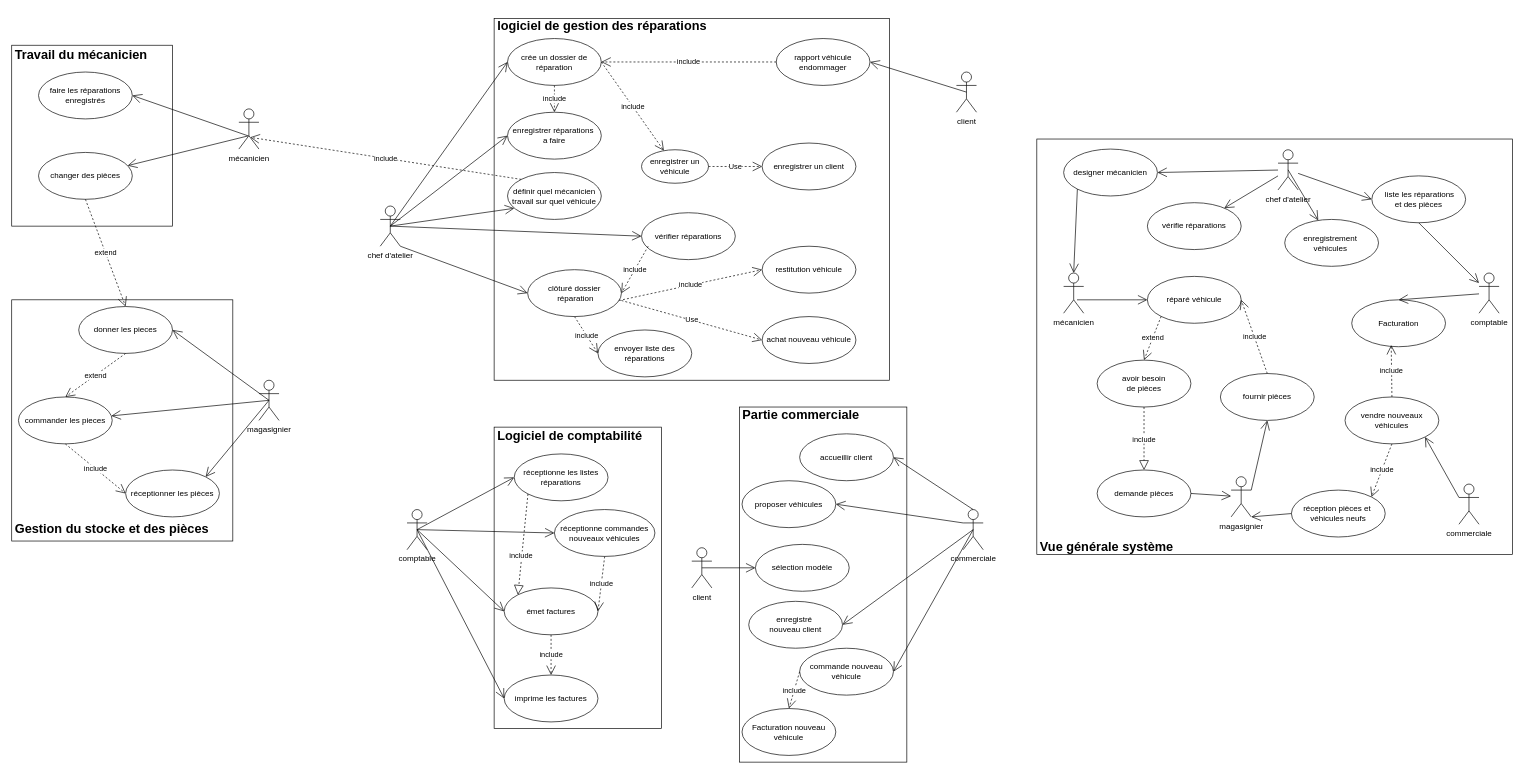
Earlier version of the draw.io diagram exo_UML/exo auto.drawio (SquizzzGeekCat/IBM_Academy). Source tidied: cells renumbered, new cells numbered last; positions are measured from the earlier drawing's top-left corner, leaving out a move shared by most shapes. Both pictures are drawn from the tidied source at 67%, with x=0, y=0 at pixel (11, 11).
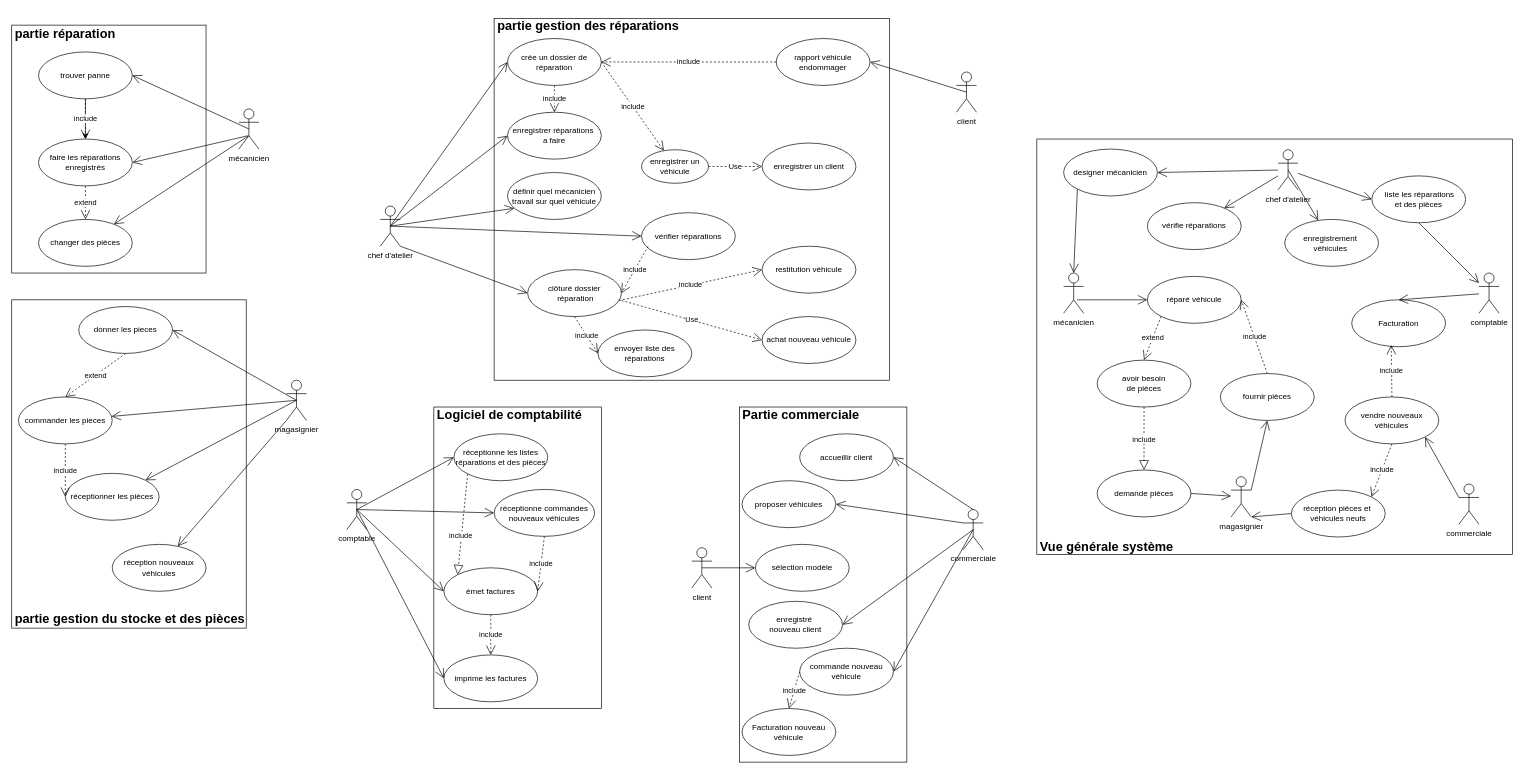
The same diagram, later.

Commit message:
Mettre à jour exo auto.drawio

Unchanged cells that the change refers to:
```xml
<mxCell id="8" value="définir quel mécanicien travail sur quel véhicule" style="ellipse;whiteSpace=wrap;html=1;" parent="1" vertex="1">
  <mxGeometry x="740" y="240" width="140" height="70" as="geometry" />
</mxCell>
<mxCell id="12" value="mécanicien" style="shape=umlActor;verticalLabelPosition=bottom;verticalAlign=top;html=1;" parent="1" vertex="1">
  <mxGeometry x="339" y="145" width="30" height="60" as="geometry" />
</mxCell>
<mxCell id="17" value="donner les pieces" style="ellipse;whiteSpace=wrap;html=1;" parent="1" vertex="1">
  <mxGeometry x="100" y="440" width="140" height="70" as="geometry" />
</mxCell>
```

What changed in the source:
```diff
@@
     <mxCell id="3" value="comptable" style="shape=umlActor;verticalLabelPosition=bottom;verticalAlign=top;html=1;outlineConnect=0;" parent="1" vertex="1">
-      <mxGeometry x="590" y="743" width="30" height="60" as="geometry" />
+      <mxGeometry x="500" y="713" width="30" height="60" as="geometry" />
     </mxCell>
@@
     <mxCell id="5" value="magasignier" style="shape=umlActor;verticalLabelPosition=bottom;verticalAlign=top;html=1;outlineConnect=0;" parent="1" vertex="1">
-      <mxGeometry x="369" y="550" width="30" height="60" as="geometry" />
+      <mxGeometry x="410" y="550" width="30" height="60" as="geometry" />
     </mxCell>
@@
     <mxCell id="13" style="html=1;whiteSpace=wrap;" parent="1" vertex="1">
-      <mxGeometry y="50" width="240" height="270" as="geometry" />
+      <mxGeometry y="20" width="290" height="370" as="geometry" />
     </mxCell>
     <mxCell id="14" value="faire les réparations&lt;div&gt;enregistrés&lt;/div&gt;" style="ellipse;whiteSpace=wrap;html=1;" parent="1" vertex="1">
-      <mxGeometry x="40" y="90" width="140" height="70" as="geometry" />
+      <mxGeometry x="40" y="190" width="140" height="70" as="geometry" />
     </mxCell>
     <mxCell id="15" value="changer des pièces" style="ellipse;whiteSpace=wrap;html=1;" parent="1" vertex="1">
-      <mxGeometry x="40" y="210" width="140" height="70" as="geometry" />
+      <mxGeometry x="40" y="310" width="140" height="70" as="geometry" />
     </mxCell>
     <mxCell id="16" style="html=1;whiteSpace=wrap;" parent="1" vertex="1">
-      <mxGeometry y="430" width="330" height="360" as="geometry" />
+      <mxGeometry y="430" width="350" height="490" as="geometry" />
     </mxCell>
@@
     <mxCell id="19" value="réceptionner les pièces" style="ellipse;whiteSpace=wrap;html=1;" parent="1" vertex="1">
-      <mxGeometry x="170" y="684" width="140" height="70" as="geometry" />
+      <mxGeometry x="80" y="689" width="140" height="70" as="geometry" />
     </mxCell>
@@
     <mxCell id="21" style="html=1;whiteSpace=wrap;" parent="1" vertex="1">
-      <mxGeometry x="720" y="620" width="250" height="450" as="geometry" />
+      <mxGeometry x="630" y="590" width="250" height="450" as="geometry" />
     </mxCell>
-    <mxCell id="22" value="réceptionne les listes réparations" style="ellipse;whiteSpace=wrap;html=1;" parent="1" vertex="1">
-      <mxGeometry x="750" y="660" width="140" height="70" as="geometry" />
+    <mxCell id="22" value="réceptionne les listes réparations et des pièces" style="ellipse;whiteSpace=wrap;html=1;" parent="1" vertex="1">
+      <mxGeometry x="660" y="630" width="140" height="70" as="geometry" />
     </mxCell>
     <mxCell id="23" value="émet factures" style="ellipse;whiteSpace=wrap;html=1;" parent="1" vertex="1">
-      <mxGeometry x="735" y="860" width="140" height="70" as="geometry" />
+      <mxGeometry x="645" y="830" width="140" height="70" as="geometry" />
     </mxCell>
     <mxCell id="24" value="imprime les factures" style="ellipse;whiteSpace=wrap;html=1;" parent="1" vertex="1">
-      <mxGeometry x="735" y="990" width="140" height="70" as="geometry" />
+      <mxGeometry x="645" y="960" width="140" height="70" as="geometry" />
     </mxCell>
-    <mxCell id="25" value="logiciel de gestion des réparations" style="text;align=left;fontStyle=1;verticalAlign=middle;spacingLeft=3;spacingRight=3;strokeColor=none;fontSize=19;" parent="1" vertex="1">
+    <mxCell id="25" value="partie gestion des réparations" style="text;align=left;fontStyle=1;verticalAlign=middle;spacingLeft=3;spacingRight=3;strokeColor=none;fontSize=19;" parent="1" vertex="1">
       <mxGeometry x="720" width="456" height="40" as="geometry" />
     </mxCell>
     <mxCell id="26" value="&lt;font style=&quot;font-size: 19px;&quot;&gt;Logiciel de comptabilité&lt;/font&gt;" style="text;align=left;fontStyle=1;verticalAlign=middle;spacingLeft=3;spacingRight=3;strokeColor=none;html=1;" parent="1" vertex="1">
-      <mxGeometry x="720" y="620" width="80" height="26" as="geometry" />
+      <mxGeometry x="630" y="590" width="80" height="26" as="geometry" />
     </mxCell>
-    <mxCell id="27" value="&lt;font style=&quot;font-size: 19px;&quot;&gt;Gestion du stocke et des pièces&lt;/font&gt;" style="text;align=left;fontStyle=1;verticalAlign=middle;spacingLeft=3;spacingRight=3;strokeColor=none;html=1;" parent="1" vertex="1">
-      <mxGeometry y="760" width="80" height="26" as="geometry" />
+    <mxCell id="27" value="&lt;font style=&quot;font-size: 19px;&quot;&gt;partie gestion du stocke et des pièces&lt;/font&gt;" style="text;align=left;fontStyle=1;verticalAlign=middle;spacingLeft=3;spacingRight=3;strokeColor=none;html=1;" parent="1" vertex="1">
+      <mxGeometry y="894" width="80" height="26" as="geometry" />
     </mxCell>
-    <mxCell id="28" value="&lt;font style=&quot;font-size: 19px;&quot;&gt;Travail du mécanicien&amp;nbsp;&lt;/font&gt;" style="text;align=left;fontStyle=1;verticalAlign=middle;spacingLeft=3;spacingRight=3;strokeColor=none;html=1;" parent="1" vertex="1">
-      <mxGeometry y="52" width="80" height="26" as="geometry" />
+    <mxCell id="28" value="&lt;font style=&quot;font-size: 19px;&quot;&gt;partie réparation&lt;/font&gt;" style="text;align=left;fontStyle=1;verticalAlign=middle;spacingLeft=3;spacingRight=3;strokeColor=none;html=1;" parent="1" vertex="1">
+      <mxGeometry y="20" width="80" height="26" as="geometry" />
     </mxCell>
@@
-    <mxCell id="38" value="extend" style="endArrow=open;endSize=12;dashed=1;html=1;rounded=0;entryX=0.5;entryY=0;entryDx=0;entryDy=0;exitX=0.5;exitY=1;exitDx=0;exitDy=0;" parent="1" edge="1" source="15" target="17">
+    <mxCell id="38" value="extend" style="endArrow=open;endSize=12;dashed=1;html=1;rounded=0;entryX=0.5;entryY=0;entryDx=0;entryDy=0;exitX=0.5;exitY=1;exitDx=0;exitDy=0;" parent="1" edge="1" source="14" target="15">
       <mxGeometry relative="1" as="geometry" />
     </mxCell>
@@
-    <mxCell id="41" value="include" style="endArrow=open;endSize=12;dashed=1;html=1;rounded=0;entryX=0.565;entryY=0.708;entryDx=0;entryDy=0;entryPerimeter=0;exitX=0;exitY=0;exitDx=0;exitDy=0;" parent="1" edge="1" source="8" target="12">
-      <mxGeometry relative="1" as="geometry" />
-    </mxCell>
@@
     <mxCell id="90" value="réceptionne commandes&lt;div&gt;nouveaux véhicules&lt;/div&gt;" style="ellipse;whiteSpace=wrap;html=1;" parent="1" vertex="1">
-      <mxGeometry x="810" y="743" width="150" height="70" as="geometry" />
+      <mxGeometry x="720" y="713" width="150" height="70" as="geometry" />
     </mxCell>
@@
+    <mxCell id="118" value="réception nouveaux véhicules" style="ellipse;whiteSpace=wrap;html=1;" parent="1" vertex="1">
+      <mxGeometry x="150" y="795" width="140" height="70" as="geometry" />
+    </mxCell>
+    <mxCell id="119" style="endArrow=open;endFill=1;endSize=12;html=1;rounded=0;exitX=0;exitY=1;exitDx=0;exitDy=0;exitPerimeter=0;" parent="1" edge="1" source="5" target="118">
+      <mxGeometry relative="1" as="geometry" />
+    </mxCell>
+    <mxCell id="120" style="edgeStyle=orthogonalEdgeStyle;rounded=0;jettySize=auto;html=1;" parent="1" edge="1" source="121" target="14">
+      <mxGeometry relative="1" as="geometry" />
+    </mxCell>
+    <mxCell id="121" value="trouver panne" style="ellipse;whiteSpace=wrap;html=1;" parent="1" vertex="1">
+      <mxGeometry x="40" y="60" width="140" height="70" as="geometry" />
+    </mxCell>
+    <mxCell id="122" style="endArrow=open;endFill=1;endSize=12;html=1;rounded=0;exitX=0.5;exitY=0.5;exitDx=0;exitDy=0;exitPerimeter=0;entryX=1;entryY=0.5;entryDx=0;entryDy=0;" parent="1" edge="1" source="12" target="121">
+      <mxGeometry relative="1" as="geometry" />
+    </mxCell>
+    <mxCell id="41" value="include" style="endArrow=open;endSize=12;dashed=1;html=1;rounded=0;exitX=0.5;exitY=1;exitDx=0;exitDy=0;" parent="1" edge="1" source="121" target="14">
+      <mxGeometry relative="1" as="geometry" />
+    </mxCell>
```
